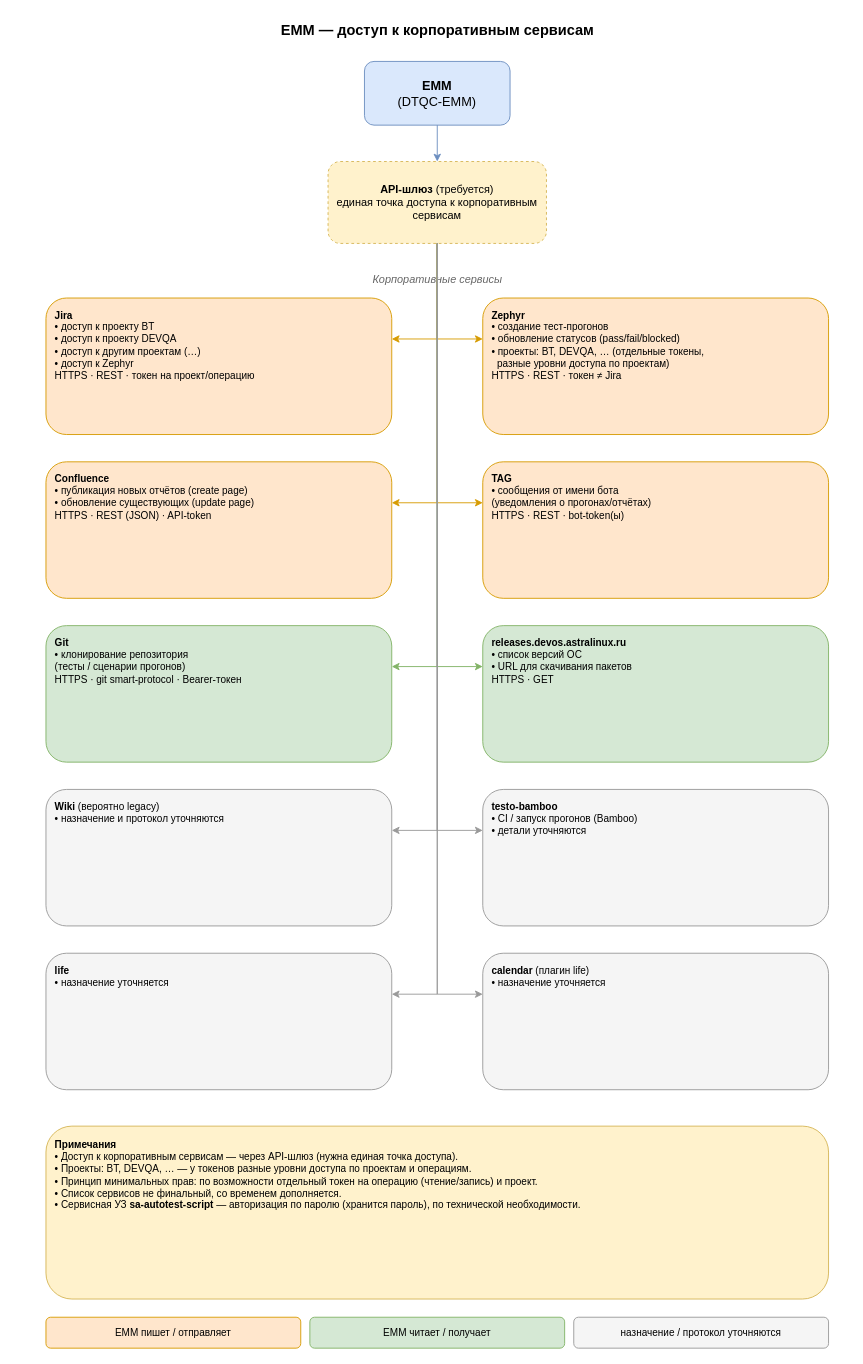
N2OCaKeS/stress_test keeps this draw.io diagram as dbos_server_service/diagrams/external-integrations.drawio. Above is the earlier version. Source tidied: cells renumbered, new cells numbered last; positions are measured from the earlier drawing's top-left corner, leaving out a move shared by most shapes. Both pictures are drawn from the tidied source at 91%, with x=0, y=0 at pixel (27, 15).
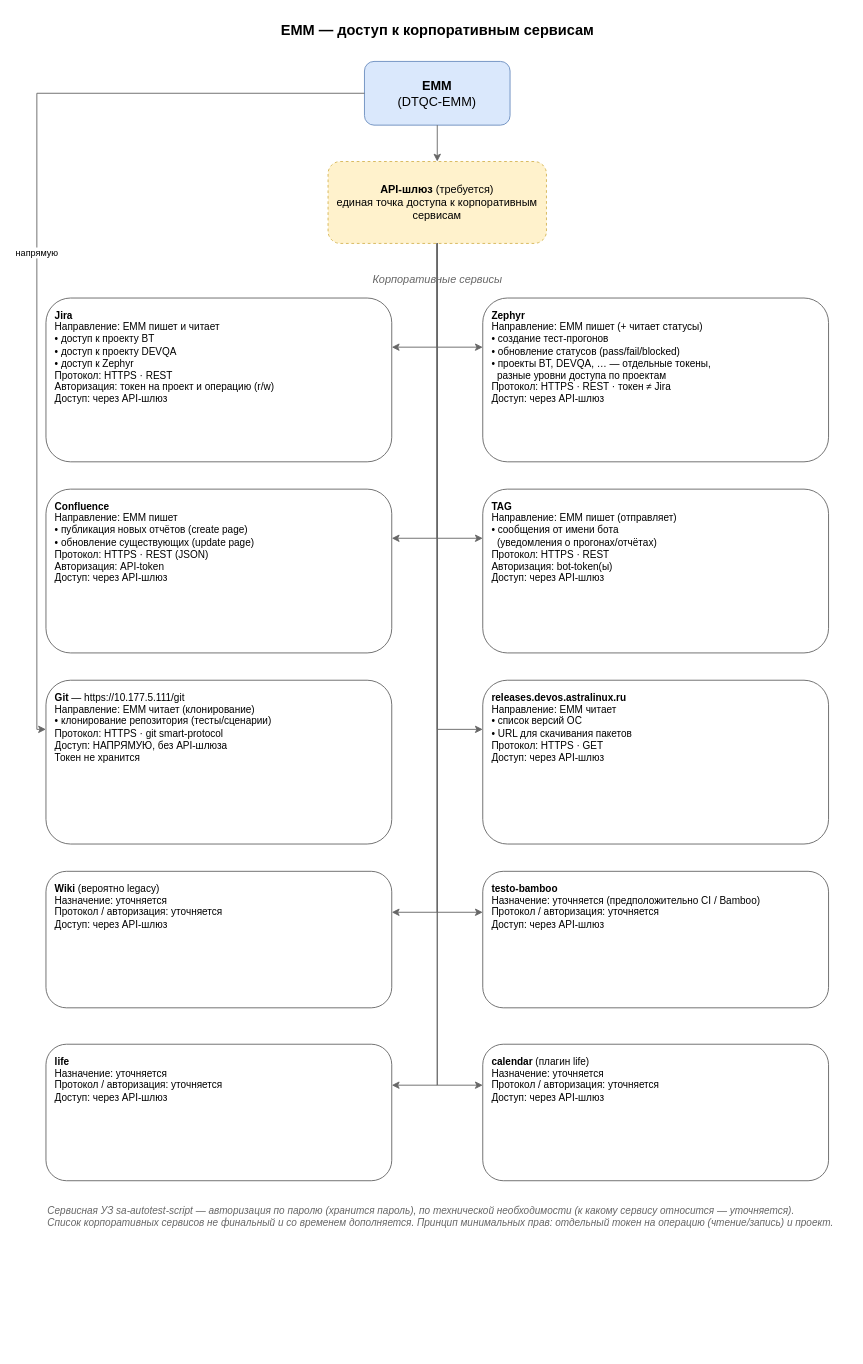
Above is the later version.

Commit message:
text direction labels, inline notes, git direct

The change refers to these unchanged cells:
```xml
<mxCell id="3" value="&lt;b&gt;EMM&lt;/b&gt;&lt;br&gt;(DTQC-EMM)" style="rounded=1;whiteSpace=wrap;html=1;fillColor=#dae8fc;strokeColor=#6c8ebf;fontSize=14;" parent="1" vertex="1">
  <mxGeometry x="370" y="50" width="160" height="70" as="geometry" />
</mxCell>
<mxCell id="4" value="&lt;b&gt;API-шлюз&lt;/b&gt; (требуется)&lt;br&gt;единая точка доступа к корпоративным сервисам" style="rounded=1;whiteSpace=wrap;html=1;fillColor=#fff2cc;strokeColor=#d6b656;dashed=1;fontSize=12;" parent="1" vertex="1">
  <mxGeometry x="330" y="160" width="240" height="90" as="geometry" />
</mxCell>
```

Diff of the diagram source:
```diff
@@
-    <mxCell id="6" value="&lt;b&gt;Jira&lt;/b&gt;&lt;br&gt;• доступ к проекту BT&lt;br&gt;• доступ к проекту DEVQA&lt;br&gt;• доступ к другим проектам (…)&lt;br&gt;• доступ к Zephyr&lt;br&gt;HTTPS · REST · токен на проект/операцию" style="rounded=1;whiteSpace=wrap;html=1;fillColor=#ffe6cc;strokeColor=#d79b00;align=left;verticalAlign=top;spacingLeft=8;spacingTop=6;fontSize=11;" parent="1" vertex="1">
-      <mxGeometry x="20" y="310" width="380" height="150" as="geometry" />
+    <mxCell id="6" value="&lt;b&gt;Jira&lt;/b&gt;&lt;br&gt;Направление: EMM пишет и читает&lt;br&gt;• доступ к проекту BT&lt;br&gt;• доступ к проекту DEVQA&lt;br&gt;• доступ к Zephyr&lt;br&gt;Протокол: HTTPS · REST&lt;br&gt;Авторизация: токен на проект и операцию (r/w)&lt;br&gt;Доступ: через API-шлюз" style="rounded=1;whiteSpace=wrap;html=1;fillColor=#ffffff;strokeColor=#666666;align=left;verticalAlign=top;spacingLeft=8;spacingTop=6;fontSize=11;" parent="1" vertex="1">
+      <mxGeometry x="20" y="310" width="380" height="180" as="geometry" />
     </mxCell>
-    <mxCell id="7" value="&lt;b&gt;Zephyr&lt;/b&gt;&lt;br&gt;• создание тест-прогонов&lt;br&gt;• обновление статусов (pass/fail/blocked)&lt;br&gt;• проекты: BT, DEVQA, … (отдельные токены,&lt;br&gt;  разные уровни доступа по проектам)&lt;br&gt;HTTPS · REST · токен ≠ Jira" style="rounded=1;whiteSpace=wrap;html=1;fillColor=#ffe6cc;strokeColor=#d79b00;align=left;verticalAlign=top;spacingLeft=8;spacingTop=6;fontSize=11;" parent="1" vertex="1">
-      <mxGeometry x="500" y="310" width="380" height="150" as="geometry" />
+    <mxCell id="7" value="&lt;b&gt;Zephyr&lt;/b&gt;&lt;br&gt;Направление: EMM пишет (+ читает статусы)&lt;br&gt;• создание тест-прогонов&lt;br&gt;• обновление статусов (pass/fail/blocked)&lt;br&gt;• проекты BT, DEVQA, … — отдельные токены,&lt;br&gt;  разные уровни доступа по проектам&lt;br&gt;Протокол: HTTPS · REST · токен ≠ Jira&lt;br&gt;Доступ: через API-шлюз" style="rounded=1;whiteSpace=wrap;html=1;fillColor=#ffffff;strokeColor=#666666;align=left;verticalAlign=top;spacingLeft=8;spacingTop=6;fontSize=11;" parent="1" vertex="1">
+      <mxGeometry x="500" y="310" width="380" height="180" as="geometry" />
     </mxCell>
-    <mxCell id="8" value="&lt;b&gt;Confluence&lt;/b&gt;&lt;br&gt;• публикация новых отчётов (create page)&lt;br&gt;• обновление существующих (update page)&lt;br&gt;HTTPS · REST (JSON) · API-token" style="rounded=1;whiteSpace=wrap;html=1;fillColor=#ffe6cc;strokeColor=#d79b00;align=left;verticalAlign=top;spacingLeft=8;spacingTop=6;fontSize=11;" parent="1" vertex="1">
-      <mxGeometry x="20" y="490" width="380" height="150" as="geometry" />
+    <mxCell id="8" value="&lt;b&gt;Confluence&lt;/b&gt;&lt;br&gt;Направление: EMM пишет&lt;br&gt;• публикация новых отчётов (create page)&lt;br&gt;• обновление существующих (update page)&lt;br&gt;Протокол: HTTPS · REST (JSON)&lt;br&gt;Авторизация: API-token&lt;br&gt;Доступ: через API-шлюз" style="rounded=1;whiteSpace=wrap;html=1;fillColor=#ffffff;strokeColor=#666666;align=left;verticalAlign=top;spacingLeft=8;spacingTop=6;fontSize=11;" parent="1" vertex="1">
+      <mxGeometry x="20" y="520" width="380" height="180" as="geometry" />
     </mxCell>
-    <mxCell id="9" value="&lt;b&gt;TAG&lt;/b&gt;&lt;br&gt;• сообщения от имени бота&lt;br&gt;(уведомления о прогонах/отчётах)&lt;br&gt;HTTPS · REST · bot-token(ы)" style="rounded=1;whiteSpace=wrap;html=1;fillColor=#ffe6cc;strokeColor=#d79b00;align=left;verticalAlign=top;spacingLeft=8;spacingTop=6;fontSize=11;" parent="1" vertex="1">
-      <mxGeometry x="500" y="490" width="380" height="150" as="geometry" />
+    <mxCell id="9" value="&lt;b&gt;TAG&lt;/b&gt;&lt;br&gt;Направление: EMM пишет (отправляет)&lt;br&gt;• сообщения от имени бота&lt;br&gt;  (уведомления о прогонах/отчётах)&lt;br&gt;Протокол: HTTPS · REST&lt;br&gt;Авторизация: bot-token(ы)&lt;br&gt;Доступ: через API-шлюз" style="rounded=1;whiteSpace=wrap;html=1;fillColor=#ffffff;strokeColor=#666666;align=left;verticalAlign=top;spacingLeft=8;spacingTop=6;fontSize=11;" parent="1" vertex="1">
+      <mxGeometry x="500" y="520" width="380" height="180" as="geometry" />
     </mxCell>
-    <mxCell id="10" value="&lt;b&gt;Git&lt;/b&gt;&lt;br&gt;• клонирование репозитория&lt;br&gt;(тесты / сценарии прогонов)&lt;br&gt;HTTPS · git smart-protocol · Bearer-токен" style="rounded=1;whiteSpace=wrap;html=1;fillColor=#d5e8d4;strokeColor=#82b366;align=left;verticalAlign=top;spacingLeft=8;spacingTop=6;fontSize=11;" parent="1" vertex="1">
-      <mxGeometry x="20" y="670" width="380" height="150" as="geometry" />
+    <mxCell id="10" value="&lt;b&gt;Git&lt;/b&gt; — https://10.177.5.111/git&lt;br&gt;Направление: EMM читает (клонирование)&lt;br&gt;• клонирование репозитория (тесты/сценарии)&lt;br&gt;Протокол: HTTPS · git smart-protocol&lt;br&gt;Доступ: НАПРЯМУЮ, без API-шлюза&lt;br&gt;Токен не хранится" style="rounded=1;whiteSpace=wrap;html=1;fillColor=#ffffff;strokeColor=#666666;align=left;verticalAlign=top;spacingLeft=8;spacingTop=6;fontSize=11;" parent="1" vertex="1">
+      <mxGeometry x="20" y="730" width="380" height="180" as="geometry" />
     </mxCell>
-    <mxCell id="11" value="&lt;b&gt;releases.devos.astralinux.ru&lt;/b&gt;&lt;br&gt;• список версий ОС&lt;br&gt;• URL для скачивания пакетов&lt;br&gt;HTTPS · GET" style="rounded=1;whiteSpace=wrap;html=1;fillColor=#d5e8d4;strokeColor=#82b366;align=left;verticalAlign=top;spacingLeft=8;spacingTop=6;fontSize=11;" parent="1" vertex="1">
-      <mxGeometry x="500" y="670" width="380" height="150" as="geometry" />
+    <mxCell id="11" value="&lt;b&gt;releases.devos.astralinux.ru&lt;/b&gt;&lt;br&gt;Направление: EMM читает&lt;br&gt;• список версий ОС&lt;br&gt;• URL для скачивания пакетов&lt;br&gt;Протокол: HTTPS · GET&lt;br&gt;Доступ: через API-шлюз" style="rounded=1;whiteSpace=wrap;html=1;fillColor=#ffffff;strokeColor=#666666;align=left;verticalAlign=top;spacingLeft=8;spacingTop=6;fontSize=11;" parent="1" vertex="1">
+      <mxGeometry x="500" y="730" width="380" height="180" as="geometry" />
     </mxCell>
-    <mxCell id="12" value="&lt;b&gt;Wiki&lt;/b&gt; (вероятно legacy)&lt;br&gt;• назначение и протокол уточняются" style="rounded=1;whiteSpace=wrap;html=1;fillColor=#f5f5f5;strokeColor=#999999;align=left;verticalAlign=top;spacingLeft=8;spacingTop=6;fontSize=11;" parent="1" vertex="1">
-      <mxGeometry x="20" y="850" width="380" height="150" as="geometry" />
+    <mxCell id="12" value="&lt;b&gt;Wiki&lt;/b&gt; (вероятно legacy)&lt;br&gt;Назначение: уточняется&lt;br&gt;Протокол / авторизация: уточняется&lt;br&gt;Доступ: через API-шлюз" style="rounded=1;whiteSpace=wrap;html=1;fillColor=#ffffff;strokeColor=#666666;align=left;verticalAlign=top;spacingLeft=8;spacingTop=6;fontSize=11;" parent="1" vertex="1">
+      <mxGeometry x="20" y="940" width="380" height="150" as="geometry" />
     </mxCell>
-    <mxCell id="13" value="&lt;b&gt;testo-bamboo&lt;/b&gt;&lt;br&gt;• CI / запуск прогонов (Bamboo)&lt;br&gt;• детали уточняются" style="rounded=1;whiteSpace=wrap;html=1;fillColor=#f5f5f5;strokeColor=#999999;align=left;verticalAlign=top;spacingLeft=8;spacingTop=6;fontSize=11;" parent="1" vertex="1">
-      <mxGeometry x="500" y="850" width="380" height="150" as="geometry" />
+    <mxCell id="13" value="&lt;b&gt;testo-bamboo&lt;/b&gt;&lt;br&gt;Назначение: уточняется (предположительно CI / Bamboo)&lt;br&gt;Протокол / авторизация: уточняется&lt;br&gt;Доступ: через API-шлюз" style="rounded=1;whiteSpace=wrap;html=1;fillColor=#ffffff;strokeColor=#666666;align=left;verticalAlign=top;spacingLeft=8;spacingTop=6;fontSize=11;" parent="1" vertex="1">
+      <mxGeometry x="500" y="940" width="380" height="150" as="geometry" />
     </mxCell>
-    <mxCell id="14" value="&lt;b&gt;life&lt;/b&gt;&lt;br&gt;• назначение уточняется" style="rounded=1;whiteSpace=wrap;html=1;fillColor=#f5f5f5;strokeColor=#999999;align=left;verticalAlign=top;spacingLeft=8;spacingTop=6;fontSize=11;" parent="1" vertex="1">
-      <mxGeometry x="20" y="1030" width="380" height="150" as="geometry" />
+    <mxCell id="14" value="&lt;b&gt;life&lt;/b&gt;&lt;br&gt;Назначение: уточняется&lt;br&gt;Протокол / авторизация: уточняется&lt;br&gt;Доступ: через API-шлюз" style="rounded=1;whiteSpace=wrap;html=1;fillColor=#ffffff;strokeColor=#666666;align=left;verticalAlign=top;spacingLeft=8;spacingTop=6;fontSize=11;" parent="1" vertex="1">
+      <mxGeometry x="20" y="1130" width="380" height="150" as="geometry" />
     </mxCell>
-    <mxCell id="15" value="&lt;b&gt;calendar&lt;/b&gt; (плагин life)&lt;br&gt;• назначение уточняется" style="rounded=1;whiteSpace=wrap;html=1;fillColor=#f5f5f5;strokeColor=#999999;align=left;verticalAlign=top;spacingLeft=8;spacingTop=6;fontSize=11;" parent="1" vertex="1">
-      <mxGeometry x="500" y="1030" width="380" height="150" as="geometry" />
+    <mxCell id="15" value="&lt;b&gt;calendar&lt;/b&gt; (плагин life)&lt;br&gt;Назначение: уточняется&lt;br&gt;Протокол / авторизация: уточняется&lt;br&gt;Доступ: через API-шлюз" style="rounded=1;whiteSpace=wrap;html=1;fillColor=#ffffff;strokeColor=#666666;align=left;verticalAlign=top;spacingLeft=8;spacingTop=6;fontSize=11;" parent="1" vertex="1">
+      <mxGeometry x="500" y="1130" width="380" height="150" as="geometry" />
     </mxCell>
-    <mxCell id="16" value="&lt;b&gt;Примечания&lt;/b&gt;&lt;br&gt;• Доступ к корпоративным сервисам — через API-шлюз (нужна единая точка доступа).&lt;br&gt;• Проекты: BT, DEVQA, … — у токенов разные уровни доступа по проектам и операциям.&lt;br&gt;• Принцип минимальных прав: по возможности отдельный токен на операцию (чтение/запись) и проект.&lt;br&gt;• Список сервисов не финальный, со временем дополняется.&lt;br&gt;• Сервисная УЗ &lt;b&gt;sa-autotest-script&lt;/b&gt; — авторизация по паролю (хранится пароль), по технической необходимости." style="rounded=1;whiteSpace=wrap;html=1;fillColor=#fff2cc;strokeColor=#d6b656;align=left;verticalAlign=top;spacingLeft=8;spacingTop=8;fontSize=11;" parent="1" vertex="1">
-      <mxGeometry x="20" y="1220" width="860" height="190" as="geometry" />
-    </mxCell>
-    <mxCell id="17" value="EMM пишет / отправляет" style="rounded=1;whiteSpace=wrap;html=1;fillColor=#ffe6cc;strokeColor=#d79b00;fontSize=11;" parent="1" vertex="1">
-      <mxGeometry x="20" y="1430" width="280" height="34" as="geometry" />
-    </mxCell>
-    <mxCell id="18" value="EMM читает / получает" style="rounded=1;whiteSpace=wrap;html=1;fillColor=#d5e8d4;strokeColor=#82b366;fontSize=11;" parent="1" vertex="1">
-      <mxGeometry x="310" y="1430" width="280" height="34" as="geometry" />
-    </mxCell>
-    <mxCell id="19" value="назначение / протокол уточняются" style="rounded=1;whiteSpace=wrap;html=1;fillColor=#f5f5f5;strokeColor=#999999;fontSize=11;" parent="1" vertex="1">
-      <mxGeometry x="600" y="1430" width="280" height="34" as="geometry" />
-    </mxCell>
+    <mxCell id="31" value="Сервисная УЗ sa-autotest-script — авторизация по паролю (хранится пароль), по технической необходимости (к какому сервису относится — уточняется).&#10;Список корпоративных сервисов не финальный и со временем дополняется. Принцип минимальных прав: отдельный токен на операцию (чтение/запись) и проект." style="text;html=1;align=left;fontSize=11;fontStyle=2;fontColor=#666666;" parent="1" vertex="1">
+      <mxGeometry x="20" y="1300" width="860" height="50" as="geometry" />
+    </mxCell>
-    <mxCell id="20" style="edgeStyle=orthogonalEdgeStyle;rounded=0;html=1;exitX=0.5;exitY=1;exitDx=0;exitDy=0;entryX=0.5;entryY=0;entryDx=0;entryDy=0;strokeColor=#6c8ebf;" parent="1" edge="1" source="3" target="4">
+    <mxCell id="20" style="edgeStyle=orthogonalEdgeStyle;rounded=0;html=1;exitX=0.5;exitY=1;exitDx=0;exitDy=0;entryX=0.5;entryY=0;entryDx=0;entryDy=0;strokeColor=#666666;" parent="1" edge="1" source="3" target="4">
       <mxGeometry relative="1" as="geometry" />
     </mxCell>
+    <mxCell id="32" value="напрямую" style="edgeStyle=orthogonalEdgeStyle;rounded=0;html=1;exitX=0;exitY=0.5;exitDx=0;exitDy=0;entryX=0;entryY=0.3;entryDx=0;entryDy=0;strokeColor=#666666;fontSize=10;" parent="1" edge="1" source="3" target="10">
+      <mxGeometry relative="1" as="geometry" />
+    </mxCell>
-    <mxCell id="21" style="edgeStyle=orthogonalEdgeStyle;rounded=0;html=1;exitX=0.5;exitY=1;exitDx=0;exitDy=0;entryX=1;entryY=0.3;entryDx=0;entryDy=0;strokeColor=#d79b00;" parent="1" edge="1" source="4" target="6">
+    <mxCell id="21" style="edgeStyle=orthogonalEdgeStyle;rounded=0;html=1;exitX=0.5;exitY=1;exitDx=0;exitDy=0;entryX=1;entryY=0.3;entryDx=0;entryDy=0;strokeColor=#666666;" parent="1" edge="1" source="4" target="6">
       <mxGeometry relative="1" as="geometry" />
     </mxCell>
-    <mxCell id="22" style="edgeStyle=orthogonalEdgeStyle;rounded=0;html=1;exitX=0.5;exitY=1;exitDx=0;exitDy=0;entryX=0;entryY=0.3;entryDx=0;entryDy=0;strokeColor=#d79b00;" parent="1" edge="1" source="4" target="7">
+    <mxCell id="22" style="edgeStyle=orthogonalEdgeStyle;rounded=0;html=1;exitX=0.5;exitY=1;exitDx=0;exitDy=0;entryX=0;entryY=0.3;entryDx=0;entryDy=0;strokeColor=#666666;" parent="1" edge="1" source="4" target="7">
       <mxGeometry relative="1" as="geometry" />
     </mxCell>
-    <mxCell id="23" style="edgeStyle=orthogonalEdgeStyle;rounded=0;html=1;exitX=0.5;exitY=1;exitDx=0;exitDy=0;entryX=1;entryY=0.3;entryDx=0;entryDy=0;strokeColor=#d79b00;" parent="1" edge="1" source="4" target="8">
+    <mxCell id="23" style="edgeStyle=orthogonalEdgeStyle;rounded=0;html=1;exitX=0.5;exitY=1;exitDx=0;exitDy=0;entryX=1;entryY=0.3;entryDx=0;entryDy=0;strokeColor=#666666;" parent="1" edge="1" source="4" target="8">
       <mxGeometry relative="1" as="geometry" />
     </mxCell>
-    <mxCell id="24" style="edgeStyle=orthogonalEdgeStyle;rounded=0;html=1;exitX=0.5;exitY=1;exitDx=0;exitDy=0;entryX=0;entryY=0.3;entryDx=0;entryDy=0;strokeColor=#d79b00;" parent="1" edge="1" source="4" target="9">
+    <mxCell id="24" style="edgeStyle=orthogonalEdgeStyle;rounded=0;html=1;exitX=0.5;exitY=1;exitDx=0;exitDy=0;entryX=0;entryY=0.3;entryDx=0;entryDy=0;strokeColor=#666666;" parent="1" edge="1" source="4" target="9">
       <mxGeometry relative="1" as="geometry" />
     </mxCell>
-    <mxCell id="25" style="edgeStyle=orthogonalEdgeStyle;rounded=0;html=1;exitX=0.5;exitY=1;exitDx=0;exitDy=0;entryX=1;entryY=0.3;entryDx=0;entryDy=0;strokeColor=#82b366;" parent="1" edge="1" source="4" target="10">
-      <mxGeometry relative="1" as="geometry" />
-    </mxCell>
-    <mxCell id="26" style="edgeStyle=orthogonalEdgeStyle;rounded=0;html=1;exitX=0.5;exitY=1;exitDx=0;exitDy=0;entryX=0;entryY=0.3;entryDx=0;entryDy=0;strokeColor=#82b366;" parent="1" edge="1" source="4" target="11">
+    <mxCell id="26" style="edgeStyle=orthogonalEdgeStyle;rounded=0;html=1;exitX=0.5;exitY=1;exitDx=0;exitDy=0;entryX=0;entryY=0.3;entryDx=0;entryDy=0;strokeColor=#666666;" parent="1" edge="1" source="4" target="11">
       <mxGeometry relative="1" as="geometry" />
     </mxCell>
-    <mxCell id="27" style="edgeStyle=orthogonalEdgeStyle;rounded=0;html=1;exitX=0.5;exitY=1;exitDx=0;exitDy=0;entryX=1;entryY=0.3;entryDx=0;entryDy=0;strokeColor=#999999;" parent="1" edge="1" source="4" target="12">
+    <mxCell id="27" style="edgeStyle=orthogonalEdgeStyle;rounded=0;html=1;exitX=0.5;exitY=1;exitDx=0;exitDy=0;entryX=1;entryY=0.3;entryDx=0;entryDy=0;strokeColor=#666666;" parent="1" edge="1" source="4" target="12">
       <mxGeometry relative="1" as="geometry" />
     </mxCell>
-    <mxCell id="28" style="edgeStyle=orthogonalEdgeStyle;rounded=0;html=1;exitX=0.5;exitY=1;exitDx=0;exitDy=0;entryX=0;entryY=0.3;entryDx=0;entryDy=0;strokeColor=#999999;" parent="1" edge="1" source="4" target="13">
+    <mxCell id="28" style="edgeStyle=orthogonalEdgeStyle;rounded=0;html=1;exitX=0.5;exitY=1;exitDx=0;exitDy=0;entryX=0;entryY=0.3;entryDx=0;entryDy=0;strokeColor=#666666;" parent="1" edge="1" source="4" target="13">
       <mxGeometry relative="1" as="geometry" />
     </mxCell>
-    <mxCell id="29" style="edgeStyle=orthogonalEdgeStyle;rounded=0;html=1;exitX=0.5;exitY=1;exitDx=0;exitDy=0;entryX=1;entryY=0.3;entryDx=0;entryDy=0;strokeColor=#999999;" parent="1" edge="1" source="4" target="14">
+    <mxCell id="29" style="edgeStyle=orthogonalEdgeStyle;rounded=0;html=1;exitX=0.5;exitY=1;exitDx=0;exitDy=0;entryX=1;entryY=0.3;entryDx=0;entryDy=0;strokeColor=#666666;" parent="1" edge="1" source="4" target="14">
       <mxGeometry relative="1" as="geometry" />
     </mxCell>
-    <mxCell id="30" style="edgeStyle=orthogonalEdgeStyle;rounded=0;html=1;exitX=0.5;exitY=1;exitDx=0;exitDy=0;entryX=0;entryY=0.3;entryDx=0;entryDy=0;strokeColor=#999999;" parent="1" edge="1" source="4" target="15">
+    <mxCell id="30" style="edgeStyle=orthogonalEdgeStyle;rounded=0;html=1;exitX=0.5;exitY=1;exitDx=0;exitDy=0;entryX=0;entryY=0.3;entryDx=0;entryDy=0;strokeColor=#666666;" parent="1" edge="1" source="4" target="15">
       <mxGeometry relative="1" as="geometry" />
     </mxCell>
```
